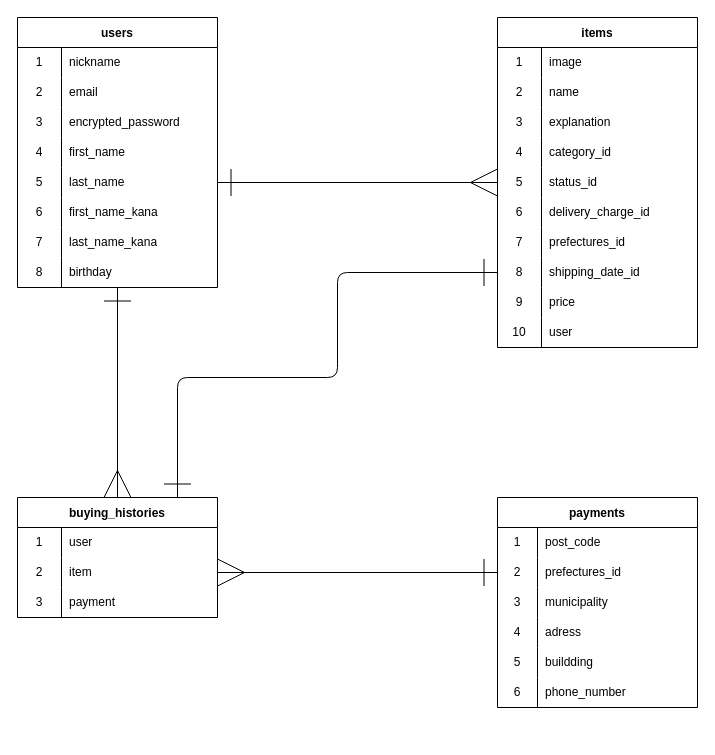
Before: er.dio in iwataka123/furima-40007, a draw.io diagram. Source tidied: cells renumbered, new cells numbered last; positions are measured from the earlier drawing's top-left corner, leaving out a move shared by most shapes. Both pictures are drawn from the tidied source at 100%, with x=0, y=0 at pixel (17, 17).
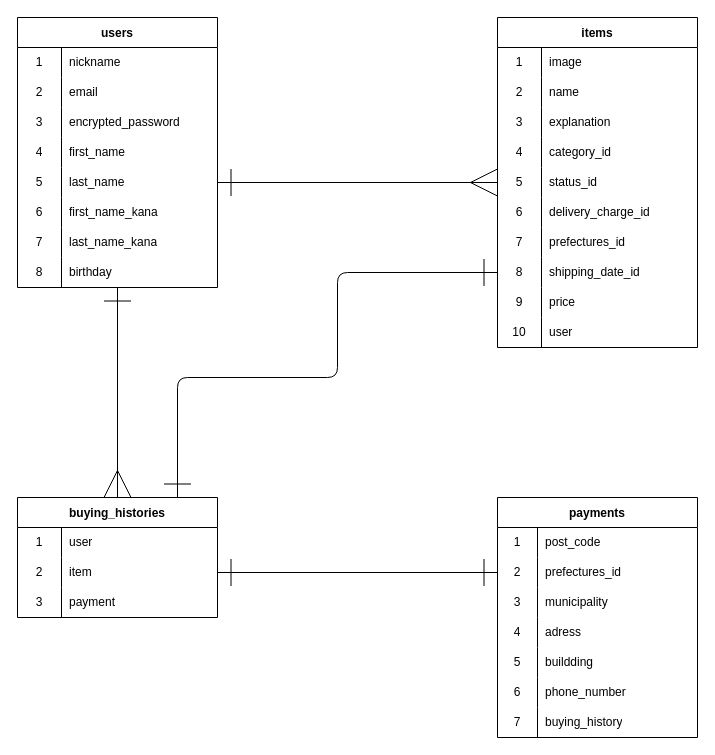
After the change.

The change refers to these unchanged cells:
```xml
<mxCell id="64" style="shape=tableRow;horizontal=0;startSize=0;swimlaneHead=0;swimlaneBody=0;top=0;left=0;bottom=0;right=0;fillColor=none;points=[[0,0.5],[1,0.5]];portConstraint=eastwest;" parent="60" vertex="1">
  <mxGeometry y="60" width="200" height="30" as="geometry" />
</mxCell>
<mxCell id="83" style="shape=tableRow;horizontal=0;startSize=0;swimlaneHead=0;swimlaneBody=0;top=0;left=0;bottom=0;right=0;fillColor=none;points=[[0,0.5],[1,0.5]];portConstraint=eastwest;" parent="79" vertex="1">
  <mxGeometry y="60" width="200" height="30" as="geometry" />
</mxCell>
```

The edit, as a diff of the source:
```diff
@@
     <mxCell id="60" value="payments" style="shape=table;startSize=30;childLayout=tableLayout;rowLines=0;fontStyle=1;" parent="1" vertex="1">
-      <mxGeometry x="480" y="480" width="200" height="210" as="geometry" />
+      <mxGeometry x="480" y="480" width="200" height="240" as="geometry" />
     </mxCell>
@@
+    <mxCell id="92" style="shape=tableRow;horizontal=0;startSize=0;swimlaneHead=0;swimlaneBody=0;top=0;left=0;bottom=0;right=0;fillColor=none;" parent="60" vertex="1">
+      <mxGeometry y="210" width="200" height="30" as="geometry" />
+    </mxCell>
+    <mxCell id="93" value="7" style="shape=partialRectangle;html=1;whiteSpace=wrap;fillColor=none;top=0;left=0;bottom=0;right=0;overflow=hidden;" parent="92" vertex="1">
+      <mxGeometry width="40" height="30" as="geometry" />
+    </mxCell>
+    <mxCell id="94" value="buying_history" style="shape=partialRectangle;html=1;whiteSpace=wrap;fillColor=none;top=0;left=0;bottom=0;right=0;align=left;spacingLeft=6;overflow=hidden;" parent="92" vertex="1">
+      <mxGeometry x="40" width="160" height="30" as="geometry" />
+    </mxCell>
@@
-    <mxCell id="91" style="edgeStyle=none;html=1;exitX=0;exitY=0.5;exitDx=0;exitDy=0;endArrow=ERmany;endFill=0;strokeWidth=1;endSize=25;startArrow=ERone;startFill=0;startSize=25;entryX=1;entryY=0.5;entryDx=0;entryDy=0;" parent="1" edge="1" source="64" target="83">
+    <mxCell id="91" style="edgeStyle=none;html=1;endArrow=ERone;endFill=0;strokeWidth=1;endSize=25;startArrow=ERone;startFill=0;startSize=25;entryX=1;entryY=0.5;entryDx=0;entryDy=0;exitX=0;exitY=0.5;exitDx=0;exitDy=0;" parent="1" edge="1" source="64" target="83">
       <mxGeometry relative="1" as="geometry" />
     </mxCell>
```
